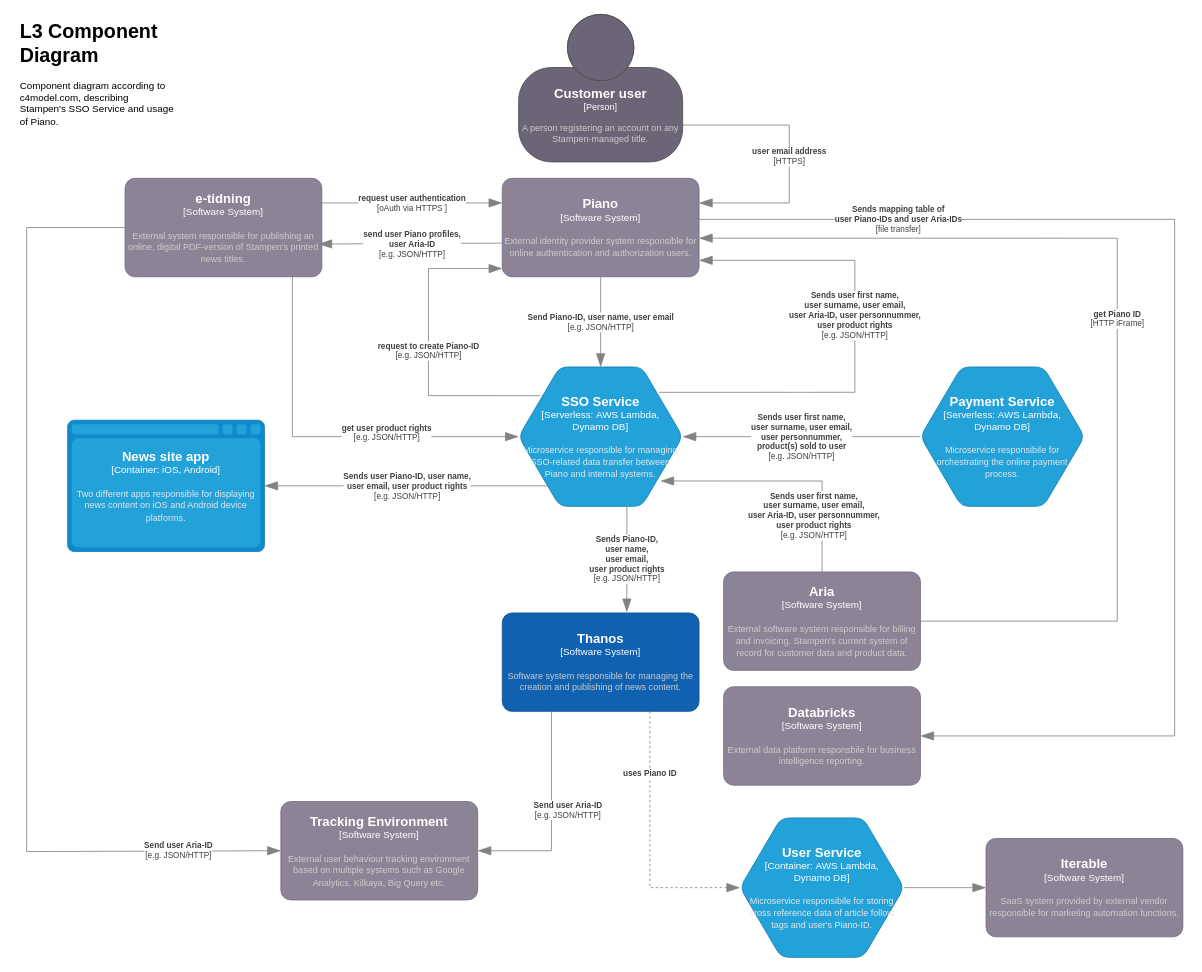
This is L3 component diagram Piano & SSO Service.drawio from SLM-Development/diagrams, a draw.io file, before an edit. Source tidied: cells renumbered, new cells numbered last; positions are measured from the earlier drawing's top-left corner, leaving out a move shared by most shapes. Both pictures are drawn from the tidied source at 82%, with x=0, y=0 at pixel (18, 14).
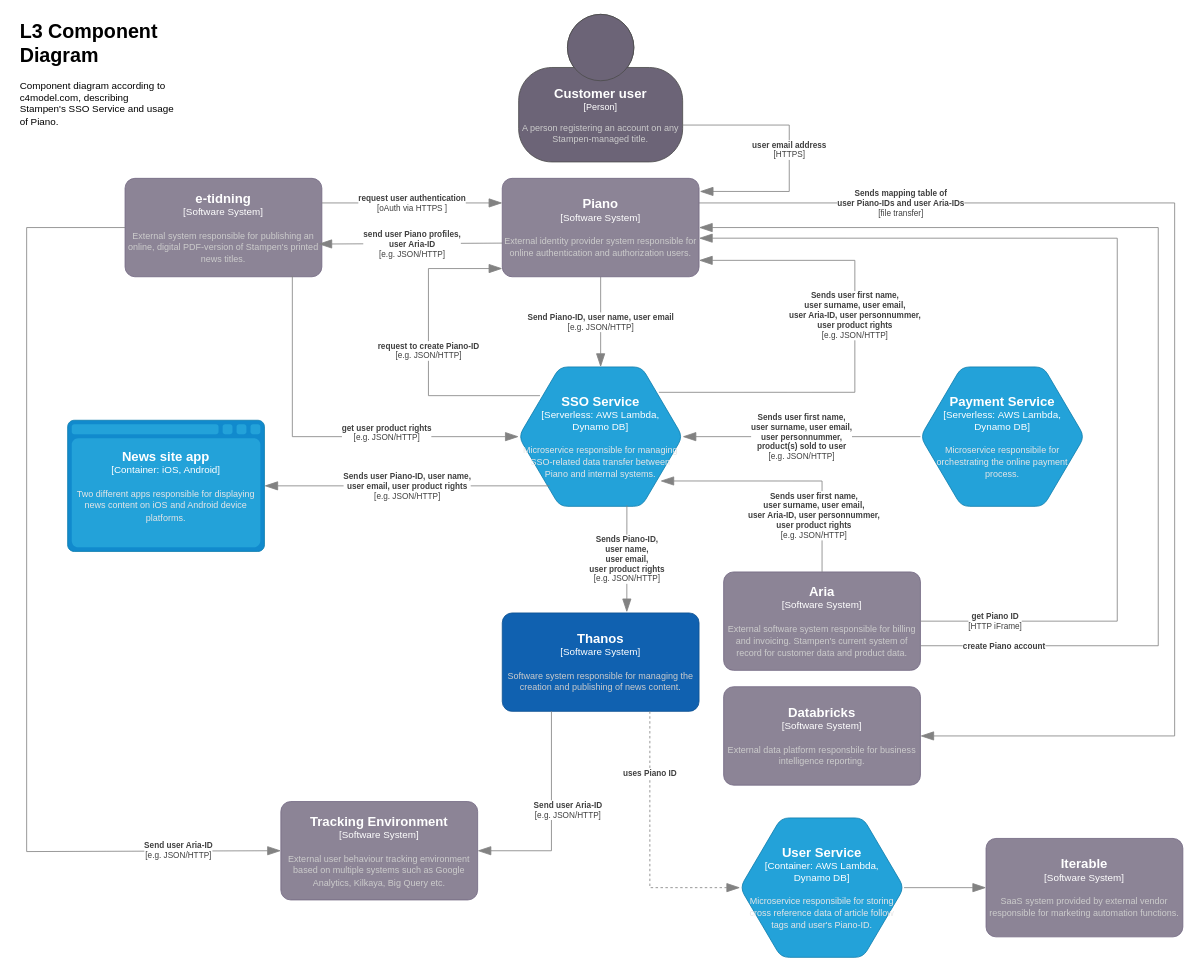
After the change.

Unchanged cells that the change refers to:
```xml
<object id="2" label="&lt;font style=&quot;font-size: 16px&quot;&gt;&lt;b&gt;%c4Name%&lt;/b&gt;&lt;/font&gt;&lt;div&gt;[%c4Type%]&lt;/div&gt;&lt;br&gt;&lt;div&gt;&lt;font style=&quot;font-size: 11px&quot;&gt;&lt;font color=&quot;#cccccc&quot;&gt;%c4Description%&lt;/font&gt;&lt;/div&gt;" c4Description="A person registering an account on any Stampen-managed title." c4Name="Customer user" c4Type="Person" placeholders="1">
  <mxCell style="html=1;fontSize=11;dashed=0;whiteSpace=wrap;fillColor=#6C6477;strokeColor=#4D4D4D;fontColor=#ffffff;shape=mxgraph.c4.person2;align=center;points=[[0.5,0,0],[1,0.5,0],[1,0.75,0],[0.75,1,0],[0.5,1,0],[0.25,1,0],[0,0.75,0],[0,0.5,0]];shadow=0;" parent="1" vertex="1">
    <mxGeometry x="610" width="200" height="180" as="geometry" />
  </mxCell>
</object>
<object id="6" label="&lt;font style=&quot;font-size: 16px&quot;&gt;&lt;b&gt;%c4Name%&lt;/b&gt;&lt;/font&gt;&lt;div&gt;[%c4Type%]&lt;/div&gt;&lt;br&gt;&lt;div&gt;&lt;font style=&quot;font-size: 11px&quot;&gt;&lt;font color=&quot;#cccccc&quot;&gt;%c4Description%&lt;/font&gt;&lt;/div&gt;" c4Description="External software system responsible for billing and invoicing. Stampen's current system of record for customer data and product data." c4Name="Aria" c4Type="Software System" placeholders="1">
  <mxCell style="rounded=1;whiteSpace=wrap;html=1;labelBackgroundColor=none;fillColor=#8C8496;fontColor=#ffffff;align=center;arcSize=10;strokeColor=#736782;points=[[0.25,0,0],[0.5,0,0],[0.75,0,0],[1,0.25,0],[1,0.5,0],[1,0.75,0],[0.75,1,0],[0.5,1,0],[0.25,1,0],[0,0.75,0],[0,0.5,0],[0,0.25,0]];" parent="1" vertex="1">
    <mxGeometry x="860" y="680" width="240" height="120" as="geometry" />
  </mxCell>
</object>
<object id="19" label="&lt;font style=&quot;font-size: 16px&quot;&gt;&lt;b&gt;%c4Name%&lt;/b&gt;&lt;/font&gt;&lt;div&gt;[%c4Type%]&lt;/div&gt;&lt;br&gt;&lt;div&gt;&lt;font style=&quot;font-size: 11px&quot;&gt;&lt;font color=&quot;#cccccc&quot;&gt;%c4Description%&lt;/font&gt;&lt;/div&gt;" c4Description="External data platform responsbile for business intelligence reporting." c4Name="Databricks" c4Type="Software System" placeholders="1">
  <mxCell style="rounded=1;whiteSpace=wrap;html=1;labelBackgroundColor=none;fillColor=#8C8496;fontColor=#ffffff;align=center;arcSize=10;strokeColor=#736782;points=[[0.25,0,0],[0.5,0,0],[0.75,0,0],[1,0.25,0],[1,0.5,0],[1,0.75,0],[0.75,1,0],[0.5,1,0],[0.25,1,0],[0,0.75,0],[0,0.5,0],[0,0.25,0]];" parent="1" vertex="1">
    <mxGeometry x="860" y="820" width="240" height="120" as="geometry" />
  </mxCell>
</object>
<object id="23" label="&lt;font style=&quot;font-size: 16px&quot;&gt;&lt;b&gt;%c4Name%&lt;/b&gt;&lt;/font&gt;&lt;div&gt;[%c4Type%]&lt;/div&gt;&lt;br&gt;&lt;div&gt;&lt;font style=&quot;font-size: 11px&quot;&gt;&lt;font color=&quot;#cccccc&quot;&gt;%c4Description%&lt;/font&gt;&lt;/div&gt;" c4Description="External identity provider system responsible for online authentication and authorization users." c4Name="Piano" c4Type="Software System" placeholders="1">
  <mxCell style="rounded=1;whiteSpace=wrap;html=1;labelBackgroundColor=none;fillColor=#8C8496;fontColor=#ffffff;align=center;arcSize=10;strokeColor=#736782;points=[[0.25,0,0],[0.5,0,0],[0.75,0,0],[1,0.25,0],[1,0.5,0],[1,0.75,0],[0.75,1,0],[0.5,1,0],[0.25,1,0],[0,0.75,0],[0,0.5,0],[0,0.25,0]];" parent="1" vertex="1">
    <mxGeometry x="590" y="200" width="240" height="120" as="geometry" />
  </mxCell>
</object>
```

Diff of the diagram source:
```diff
@@
     <object id="5" label="&lt;div style=&quot;text-align: left&quot;&gt;&lt;div style=&quot;text-align: center&quot;&gt;&lt;b&gt;%c4Description%&lt;/b&gt;&lt;/div&gt;&lt;div style=&quot;text-align: center&quot;&gt;[%c4Technology%]&lt;/div&gt;&lt;/div&gt;" c4Description="user email address" c4Technology="HTTPS" placeholders="1">
-      <mxCell style="endArrow=blockThin;html=1;fontSize=10;fontColor=#404040;strokeWidth=1;endFill=1;strokeColor=#828282;elbow=vertical;endSize=14;startSize=14;jumpStyle=arc;jumpSize=16;rounded=0;edgeStyle=orthogonalEdgeStyle;exitX=1;exitY=0.75;exitDx=0;exitDy=0;exitPerimeter=0;entryX=1;entryY=0.25;entryDx=0;entryDy=0;entryPerimeter=0;" parent="1" edge="1" source="2" target="23">
+      <mxCell style="endArrow=blockThin;html=1;fontSize=10;fontColor=#404040;strokeWidth=1;endFill=1;strokeColor=#828282;elbow=vertical;endSize=14;startSize=14;jumpStyle=arc;jumpSize=16;rounded=0;edgeStyle=orthogonalEdgeStyle;exitX=1;exitY=0.75;exitDx=0;exitDy=0;exitPerimeter=0;entryX=1.004;entryY=0.133;entryDx=0;entryDy=0;entryPerimeter=0;" parent="1" edge="1" source="2" target="23">
         <mxGeometry relative="1" as="geometry">
           <Array as="points">
             <mxPoint x="940" y="135" />
-            <mxPoint x="940" y="230" />
+            <mxPoint x="940" y="216" />
           </Array>
         </mxGeometry>
       </mxCell>
     </object>
@@
     <object id="8" label="&lt;div style=&quot;text-align: left&quot;&gt;&lt;div style=&quot;text-align: center&quot;&gt;&lt;b&gt;%c4Description%&lt;/b&gt;&lt;/div&gt;&lt;div style=&quot;text-align: center&quot;&gt;[%c4Technology%]&lt;/div&gt;&lt;/div&gt;" c4Description="Sends mapping table of &#10;user Piano-IDs and user Aria-IDs" c4Technology="file transfer" placeholders="1">
-      <mxCell style="endArrow=blockThin;html=1;fontSize=10;fontColor=#404040;strokeWidth=1;endFill=1;strokeColor=#828282;elbow=vertical;endSize=14;startSize=14;jumpStyle=arc;jumpSize=16;rounded=0;edgeStyle=orthogonalEdgeStyle;exitX=1;exitY=0.417;exitDx=0;exitDy=0;exitPerimeter=0;entryX=1;entryY=0.5;entryDx=0;entryDy=0;entryPerimeter=0;" parent="1" edge="1" source="23" target="19">
+      <mxCell style="endArrow=blockThin;html=1;fontSize=10;fontColor=#404040;strokeWidth=1;endFill=1;strokeColor=#828282;elbow=vertical;endSize=14;startSize=14;jumpStyle=arc;jumpSize=16;rounded=0;edgeStyle=orthogonalEdgeStyle;exitX=1;exitY=0.25;exitDx=0;exitDy=0;exitPerimeter=0;entryX=1;entryY=0.5;entryDx=0;entryDy=0;entryPerimeter=0;" parent="1" edge="1" source="23" target="19">
         <mxGeometry x="-0.68" relative="1" as="geometry">
           <Array as="points">
-            <mxPoint x="1410" y="250" />
+            <mxPoint x="1410" y="230" />
             <mxPoint x="1410" y="880" />
           </Array>
         </mxGeometry>
       </mxCell>
     </object>
@@
     <object id="31" label="&lt;div style=&quot;text-align: left&quot;&gt;&lt;div style=&quot;text-align: center&quot;&gt;&lt;b&gt;%c4Description%&lt;/b&gt;&lt;/div&gt;&lt;div style=&quot;text-align: center&quot;&gt;[%c4Technology%]&lt;/div&gt;&lt;/div&gt;" c4Description="get Piano ID" c4Technology="HTTP iFrame" placeholders="1">
       <mxCell style="endArrow=blockThin;html=1;fontSize=10;fontColor=#404040;strokeWidth=1;endFill=1;strokeColor=#828282;elbow=vertical;endSize=14;startSize=14;jumpStyle=arc;jumpSize=16;rounded=0;edgeStyle=orthogonalEdgeStyle;entryX=1;entryY=0.608;entryDx=0;entryDy=0;entryPerimeter=0;" parent="1" edge="1" source="6" target="23">
-        <mxGeometry relative="1" as="geometry">
+        <mxGeometry x="-0.85" relative="1" as="geometry">
           <Array as="points">
             <mxPoint x="1340" y="740" />
             <mxPoint x="1340" y="273" />
           </Array>
         </mxGeometry>
       </mxCell>
     </object>
+    <object id="32" label="&lt;div style=&quot;text-align: left&quot;&gt;&lt;div style=&quot;text-align: center&quot;&gt;&lt;b&gt;%c4Description%&lt;/b&gt;&lt;/div&gt;" c4Description="create Piano account" placeholders="1">
+      <mxCell style="endArrow=blockThin;html=1;fontSize=10;fontColor=#404040;strokeWidth=1;endFill=1;strokeColor=#828282;elbow=vertical;endSize=14;startSize=14;jumpStyle=arc;jumpSize=16;rounded=0;edgeStyle=orthogonalEdgeStyle;exitX=1;exitY=0.75;exitDx=0;exitDy=0;exitPerimeter=0;" parent="1" edge="1" source="6">
+        <mxGeometry x="-0.85" relative="1" as="geometry">
+          <mxPoint x="830" y="260" as="targetPoint" />
+          <Array as="points">
+            <mxPoint x="1390" y="770" />
+            <mxPoint x="1390" y="260" />
+            <mxPoint x="830" y="260" />
+          </Array>
+        </mxGeometry>
+      </mxCell>
+    </object>
```
